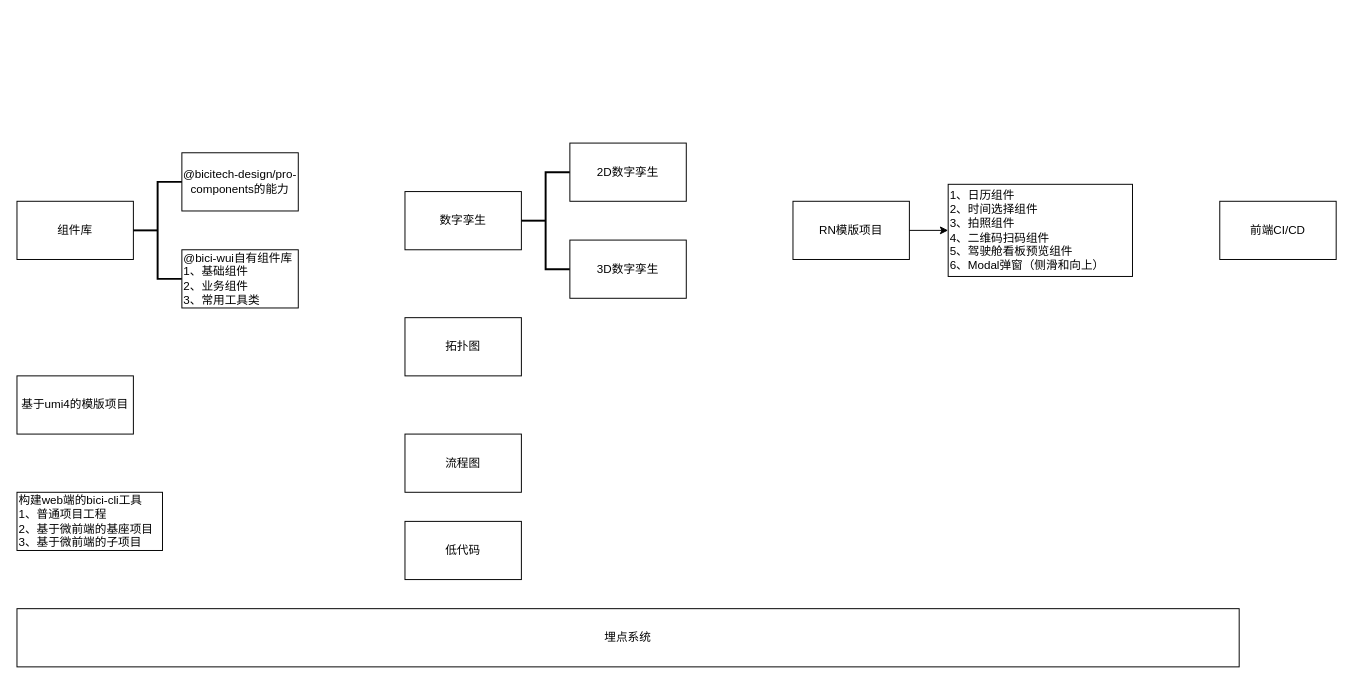
This is page "前端规划图" (1 of 2) of 前端规划图.drawio from bici-fed/drawio_note, a draw.io file, before an edit. Source tidied: cells renumbered, new cells numbered last; positions are measured from the earlier drawing's top-left corner, leaving out a move shared by most shapes. Both pictures are drawn from the tidied source at 97%, with x=0, y=0 at pixel (16, 143).
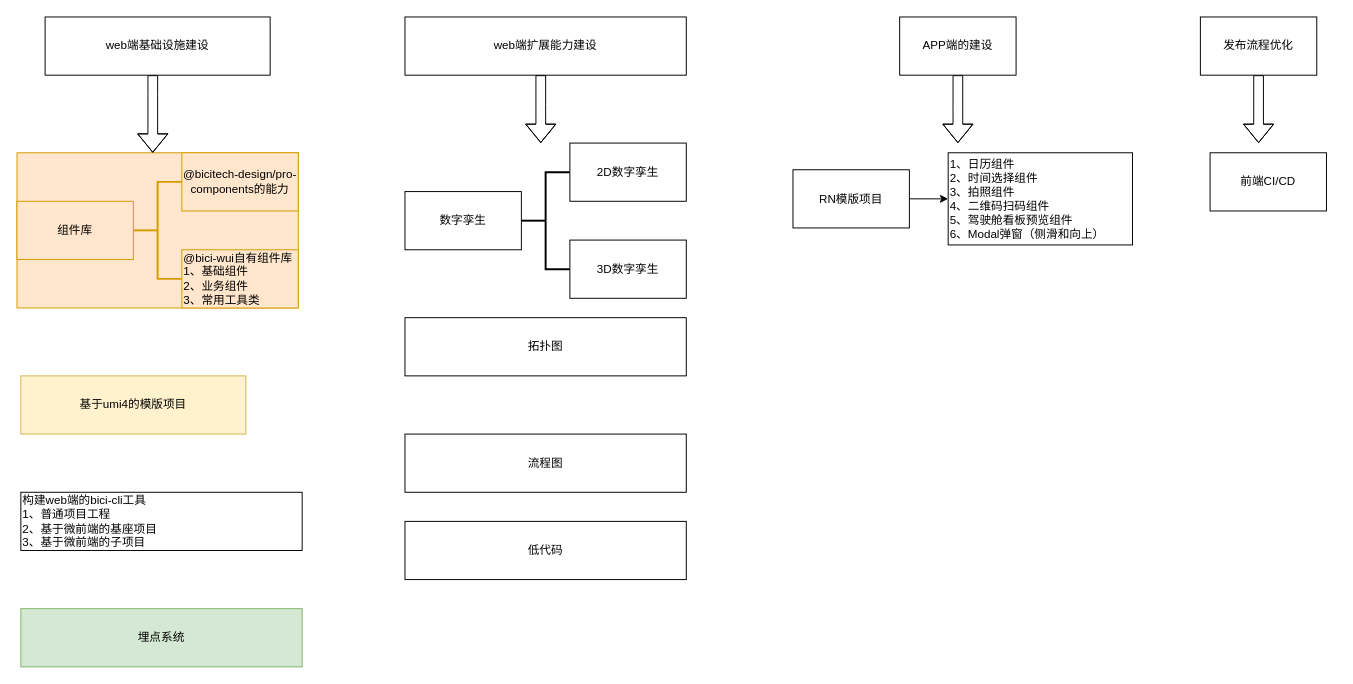
The same diagram, later.

Commit message:
Update 前端规划图.drawio

Change to the diagram source:
```diff
@@
-    <mxCell id="2" value="埋点系统" style="rounded=0;whiteSpace=wrap;html=1;" parent="1" vertex="1">
-      <mxGeometry y="480" width="1260" height="60" as="geometry" />
-    </mxCell>
+    <mxCell id="23" style="group;" parent="1" vertex="1">
+      <mxGeometry x="400" y="-130" width="290" height="580" as="geometry" />
+    </mxCell>
-    <mxCell id="3" value="流程图" style="rounded=0;whiteSpace=wrap;html=1;" parent="1" vertex="1">
-      <mxGeometry x="400" y="300" width="120" height="60" as="geometry" />
+    <mxCell id="3" value="流程图" style="rounded=0;whiteSpace=wrap;html=1;" parent="23" vertex="1">
+      <mxGeometry y="430" width="290" height="60" as="geometry" />
     </mxCell>
-    <mxCell id="4" value="拓扑图" style="rounded=0;whiteSpace=wrap;html=1;" parent="1" vertex="1">
-      <mxGeometry x="400" y="180" width="120" height="60" as="geometry" />
+    <mxCell id="4" value="拓扑图" style="rounded=0;whiteSpace=wrap;html=1;" parent="23" vertex="1">
+      <mxGeometry y="310" width="290" height="60" as="geometry" />
     </mxCell>
+    <mxCell id="22" value="低代码" style="rounded=0;whiteSpace=wrap;html=1;" parent="23" vertex="1">
+      <mxGeometry y="520" width="290" height="60" as="geometry" />
+    </mxCell>
+    <mxCell id="24" value="web端扩展能力建设" style="rounded=0;whiteSpace=wrap;html=1;" parent="23" vertex="1">
+      <mxGeometry width="290" height="60" as="geometry" />
+    </mxCell>
@@
-    <mxCell id="10" value="基于umi4的模版项目" style="rounded=0;whiteSpace=wrap;html=1;" parent="1" vertex="1">
-      <mxGeometry y="240" width="120" height="60" as="geometry" />
-    </mxCell>
-    <mxCell id="11" value="构建web端的bici-cli工具&lt;br&gt;1、普通项目工程&lt;br&gt;2、基于微前端的基座项目&lt;br&gt;3、基于微前端的子项目" style="rounded=0;whiteSpace=wrap;html=1;align=left;" parent="1" vertex="1">
-      <mxGeometry y="360" width="150" height="60" as="geometry" />
-    </mxCell>
     <mxCell id="12" style="group;" parent="1" vertex="1">
-      <mxGeometry x="800" y="42.5" width="350" height="95" as="geometry" />
+      <mxGeometry x="800" y="10" width="350" height="95" as="geometry" />
     </mxCell>
@@
-    <mxCell id="16" style="group;" parent="1" vertex="1">
+    <mxCell id="16" style="group;fillColor=#ffe6cc;strokeColor=#d79b00;" parent="1" vertex="1">
       <mxGeometry y="10" width="290" height="160" as="geometry" />
     </mxCell>
-    <mxCell id="17" value="@bicitech-design/pro-components的能力" style="rounded=0;whiteSpace=wrap;html=1;" parent="16" vertex="1">
+    <mxCell id="17" value="@bicitech-design/pro-components的能力" style="rounded=0;whiteSpace=wrap;html=1;fillColor=#ffe6cc;strokeColor=#d79b00;" parent="16" vertex="1">
       <mxGeometry x="170" width="120" height="60" as="geometry" />
     </mxCell>
-    <mxCell id="18" value="组件库" style="rounded=0;whiteSpace=wrap;html=1;" parent="16" vertex="1">
+    <mxCell id="18" value="组件库" style="rounded=0;whiteSpace=wrap;html=1;fillColor=#ffe6cc;strokeColor=#d79b00;" parent="16" vertex="1">
       <mxGeometry y="50" width="120" height="60" as="geometry" />
     </mxCell>
-    <mxCell id="19" style="strokeWidth=2;html=1;shape=mxgraph.flowchart.annotation_2;align=left;labelPosition=right;" parent="16" vertex="1">
+    <mxCell id="19" style="strokeWidth=2;html=1;shape=mxgraph.flowchart.annotation_2;align=left;labelPosition=right;fillColor=#ffe6cc;strokeColor=#d79b00;" parent="16" vertex="1">
       <mxGeometry x="120" y="30" width="50" height="100" as="geometry" />
     </mxCell>
-    <mxCell id="20" value="@bici-wui自有组件库&lt;br&gt;1、基础组件&lt;br&gt;2、业务组件&lt;br&gt;3、常用工具类" style="rounded=0;whiteSpace=wrap;html=1;align=left;" parent="16" vertex="1">
+    <mxCell id="20" value="@bici-wui自有组件库&lt;br&gt;1、基础组件&lt;br&gt;2、业务组件&lt;br&gt;3、常用工具类" style="rounded=0;whiteSpace=wrap;html=1;align=left;fillColor=#ffe6cc;strokeColor=#d79b00;" parent="16" vertex="1">
       <mxGeometry x="170" y="100" width="120" height="60" as="geometry" />
     </mxCell>
     <mxCell id="21" value="前端CI/CD" style="rounded=0;whiteSpace=wrap;html=1;" parent="1" vertex="1">
-      <mxGeometry x="1240" y="60" width="120" height="60" as="geometry" />
+      <mxGeometry x="1230" y="10" width="120" height="60" as="geometry" />
     </mxCell>
-    <mxCell id="22" value="低代码" style="rounded=0;whiteSpace=wrap;html=1;" parent="1" vertex="1">
-      <mxGeometry x="400" y="390" width="120" height="60" as="geometry" />
-    </mxCell>
+    <mxCell id="25" style="edgeStyle=orthogonalEdgeStyle;shape=flexArrow;rounded=0;jettySize=auto;html=1;" parent="1" edge="1" source="26">
+      <mxGeometry relative="1" as="geometry">
+        <mxPoint x="970" as="targetPoint" />
+      </mxGeometry>
+    </mxCell>
+    <mxCell id="26" value="APP端的建设" style="rounded=0;whiteSpace=wrap;html=1;" parent="1" vertex="1">
+      <mxGeometry x="910" y="-130" width="120" height="60" as="geometry" />
+    </mxCell>
+    <mxCell id="27" style="edgeStyle=orthogonalEdgeStyle;shape=flexArrow;rounded=0;jettySize=auto;html=1;" parent="1" edge="1" source="28">
+      <mxGeometry relative="1" as="geometry">
+        <mxPoint x="1280" as="targetPoint" />
+      </mxGeometry>
+    </mxCell>
+    <mxCell id="28" value="发布流程优化" style="rounded=0;whiteSpace=wrap;html=1;" parent="1" vertex="1">
+      <mxGeometry x="1220" y="-130" width="120" height="60" as="geometry" />
+    </mxCell>
+    <mxCell id="2" value="埋点系统" style="rounded=0;whiteSpace=wrap;html=1;fillColor=#d5e8d4;strokeColor=#82b366;" parent="1" vertex="1">
+      <mxGeometry x="4" y="480" width="290" height="60" as="geometry" />
+    </mxCell>
+    <mxCell id="10" value="基于umi4的模版项目" style="rounded=0;whiteSpace=wrap;html=1;fillColor=#fff2cc;strokeColor=#d6b656;" parent="1" vertex="1">
+      <mxGeometry x="4" y="240" width="232" height="60" as="geometry" />
+    </mxCell>
+    <mxCell id="11" value="构建web端的bici-cli工具&lt;br&gt;1、普通项目工程&lt;br&gt;2、基于微前端的基座项目&lt;br&gt;3、基于微前端的子项目" style="rounded=0;whiteSpace=wrap;html=1;align=left;" parent="1" vertex="1">
+      <mxGeometry x="4" y="360" width="290" height="60" as="geometry" />
+    </mxCell>
+    <mxCell id="29" style="edgeStyle=orthogonalEdgeStyle;rounded=0;jettySize=auto;html=1;shape=flexArrow;" parent="1" edge="1" source="30">
+      <mxGeometry relative="1" as="geometry">
+        <mxPoint x="140" y="10" as="targetPoint" />
+        <Array as="points">
+          <mxPoint x="140" y="-50" />
+          <mxPoint x="140" y="-50" />
+        </Array>
+      </mxGeometry>
+    </mxCell>
+    <mxCell id="30" value="web端基础设施建设" style="rounded=0;whiteSpace=wrap;html=1;" parent="1" vertex="1">
+      <mxGeometry x="29" y="-130" width="232" height="60" as="geometry" />
+    </mxCell>
+    <mxCell id="31" style="edgeStyle=orthogonalEdgeStyle;shape=flexArrow;rounded=0;jettySize=auto;html=1;" parent="1" edge="1" source="24">
+      <mxGeometry relative="1" as="geometry">
+        <mxPoint x="540" as="targetPoint" />
+        <Array as="points">
+          <mxPoint x="540" y="-40" />
+          <mxPoint x="540" y="-40" />
+        </Array>
+      </mxGeometry>
+    </mxCell>
```
